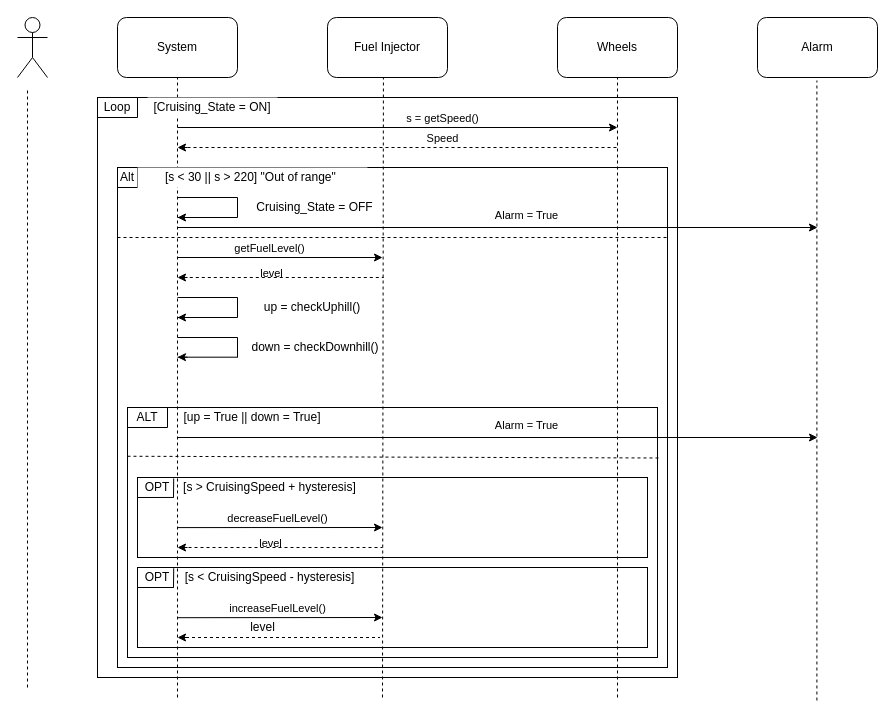
Above: Keep_Cruising.drawio in PashaJ23/sandbox-area (draw.io), before the change. Source tidied: cells renumbered, new cells numbered last; positions are measured from the earlier drawing's top-left corner, leaving out a move shared by most shapes. Both pictures are drawn from the tidied source at 100%, with x=0, y=0 at pixel (17, 17).
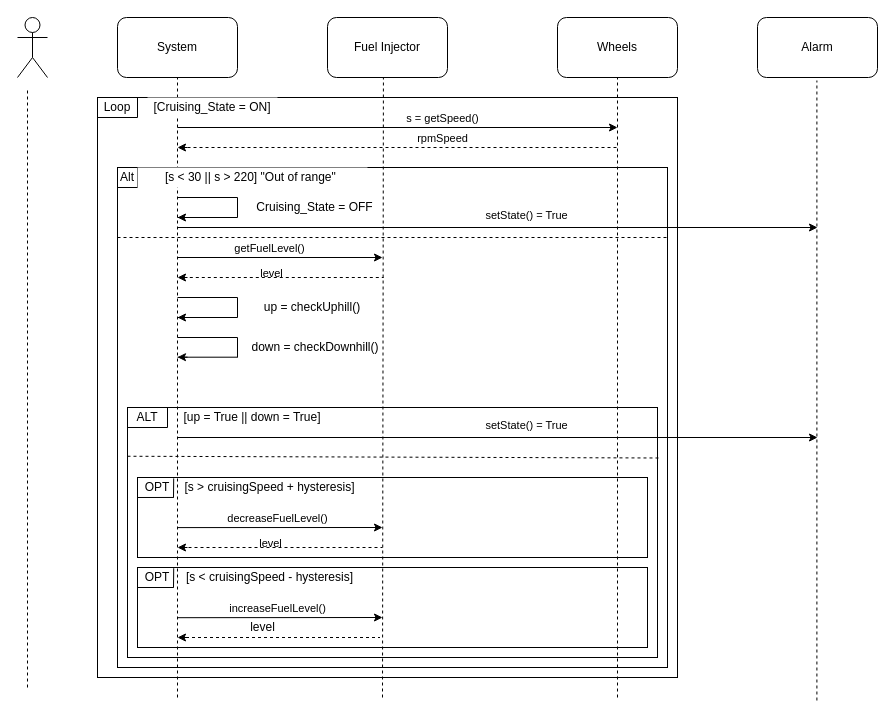
The same diagram, later.

Unchanged cells that the change refers to:
```xml
<mxCell id="17" style="endArrow=none;dashed=1;html=1;" parent="1" edge="1">
  <mxGeometry relative="1" as="geometry">
    <mxPoint x="170" y="130" as="sourcePoint" />
    <mxPoint x="600" y="130" as="targetPoint" />
  </mxGeometry>
</mxCell>
<mxCell id="71" style="endArrow=classic;html=1;" parent="1" edge="1">
  <mxGeometry relative="1" as="geometry">
    <mxPoint x="160" y="210" as="sourcePoint" />
    <mxPoint x="800" y="210" as="targetPoint" />
  </mxGeometry>
</mxCell>
<mxCell id="73" style="endArrow=classic;html=1;" parent="1" edge="1">
  <mxGeometry relative="1" as="geometry">
    <mxPoint x="160" y="420" as="sourcePoint" />
    <mxPoint x="800" y="420" as="targetPoint" />
  </mxGeometry>
</mxCell>
```

The edit, as a diff of the source:
```diff
@@
-    <mxCell id="18" value="Speed" style="edgeLabel;html=1;align=center;verticalAlign=middle;" parent="17" vertex="1">
+    <mxCell id="18" value="rpmSpeed" style="edgeLabel;html=1;align=center;verticalAlign=middle;" parent="17" vertex="1">
       <mxGeometry x="-0.15" y="-1" relative="1" as="geometry">
         <mxPoint x="71.7" y="-11" as="offset" />
       </mxGeometry>
     </mxCell>
@@
-    <mxCell id="45" value="[s &amp;gt; CruisingSpeed + hysteresis]" style="text;html=1;strokeColor=none;fillColor=none;align=center;verticalAlign=middle;whiteSpace=wrap;rounded=0;shadow=0;glass=0;labelBackgroundColor=#ffffff;sketch=0;" parent="1" vertex="1">
+    <mxCell id="45" value="[s &amp;gt; cruisingSpeed + hysteresis]" style="text;html=1;strokeColor=none;fillColor=none;align=center;verticalAlign=middle;whiteSpace=wrap;rounded=0;shadow=0;glass=0;labelBackgroundColor=#ffffff;sketch=0;" parent="1" vertex="1">
       <mxGeometry x="160" y="460" width="185" height="20" as="geometry" />
     </mxCell>
@@
-    <mxCell id="54" value="[s &amp;lt; CruisingSpeed - hysteresis]" style="text;html=1;strokeColor=none;fillColor=none;align=center;verticalAlign=middle;whiteSpace=wrap;rounded=0;shadow=0;glass=0;labelBackgroundColor=none;sketch=0;" parent="1" vertex="1">
+    <mxCell id="54" value="[s &amp;lt; cruisingSpeed - hysteresis]" style="text;html=1;strokeColor=none;fillColor=none;align=center;verticalAlign=middle;whiteSpace=wrap;rounded=0;shadow=0;glass=0;labelBackgroundColor=none;sketch=0;" parent="1" vertex="1">
       <mxGeometry x="165" y="550" width="175" height="20" as="geometry" />
     </mxCell>
@@
-    <mxCell id="72" value="Alarm = True" style="edgeLabel;html=1;align=center;verticalAlign=middle;" parent="71" vertex="1">
+    <mxCell id="72" value="setState() = True" style="edgeLabel;html=1;align=center;verticalAlign=middle;" parent="71" vertex="1">
       <mxGeometry x="0.71" y="1" relative="1" as="geometry">
         <mxPoint x="-198.2" y="-12" as="offset" />
       </mxGeometry>
     </mxCell>
@@
-    <mxCell id="74" value="Alarm = True" style="edgeLabel;html=1;align=center;verticalAlign=middle;" parent="73" vertex="1">
+    <mxCell id="74" value="setState() = True" style="edgeLabel;html=1;align=center;verticalAlign=middle;" parent="73" vertex="1">
       <mxGeometry x="0.71" y="1" relative="1" as="geometry">
         <mxPoint x="-198.2" y="-12" as="offset" />
       </mxGeometry>
     </mxCell>
```
